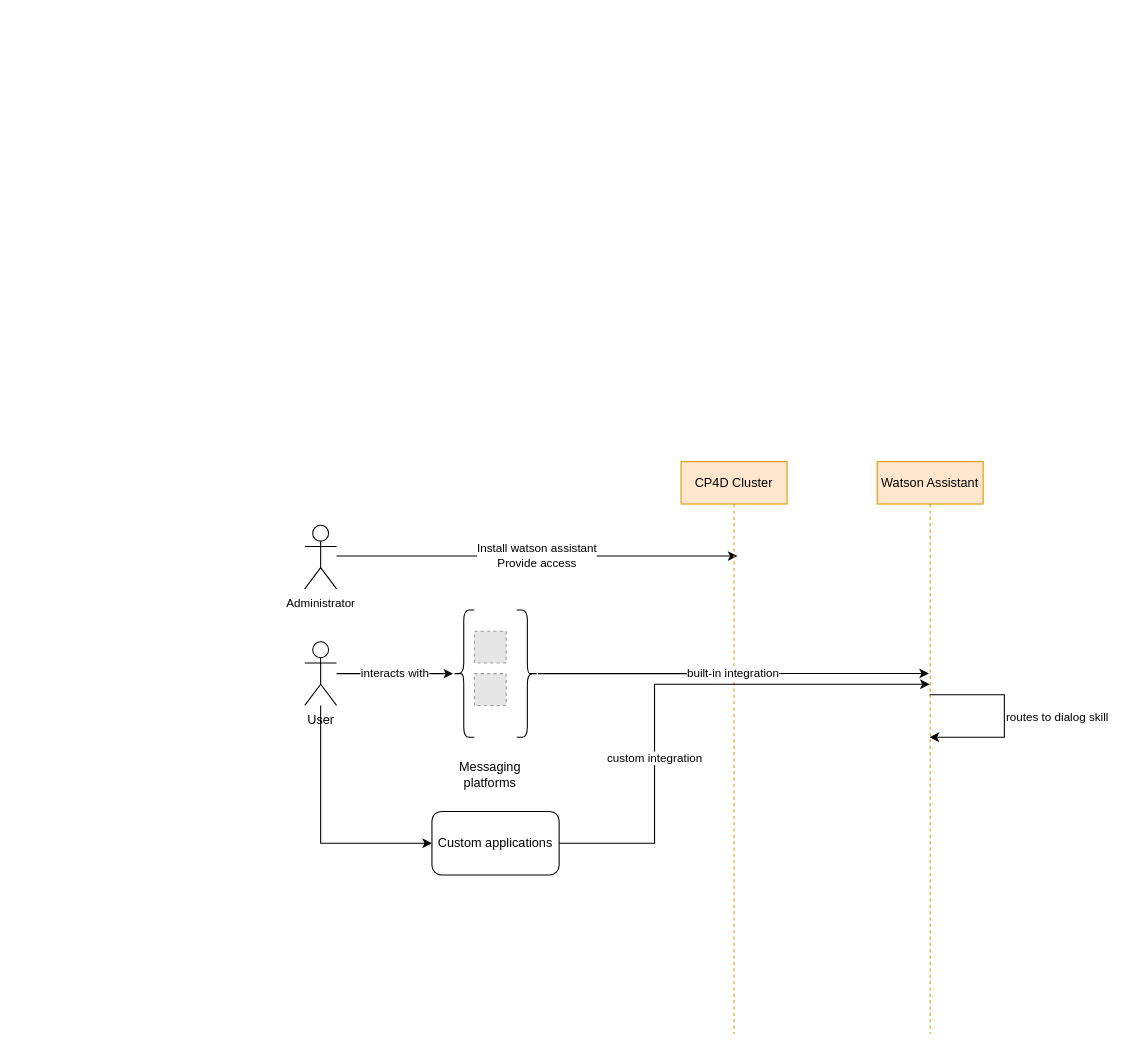
Earlier version of the draw.io diagram wasst.drawio (kanchantewary/CloudPakForData). Source tidied: cells renumbered, new cells numbered last; positions are measured from the earlier drawing's top-left corner, leaving out a move shared by most shapes. Both pictures are drawn from the tidied source at 106%, with x=0, y=0 at pixel (304, 461). Pictures stored in the file or linked from it are replaced by grey dashed boxes.
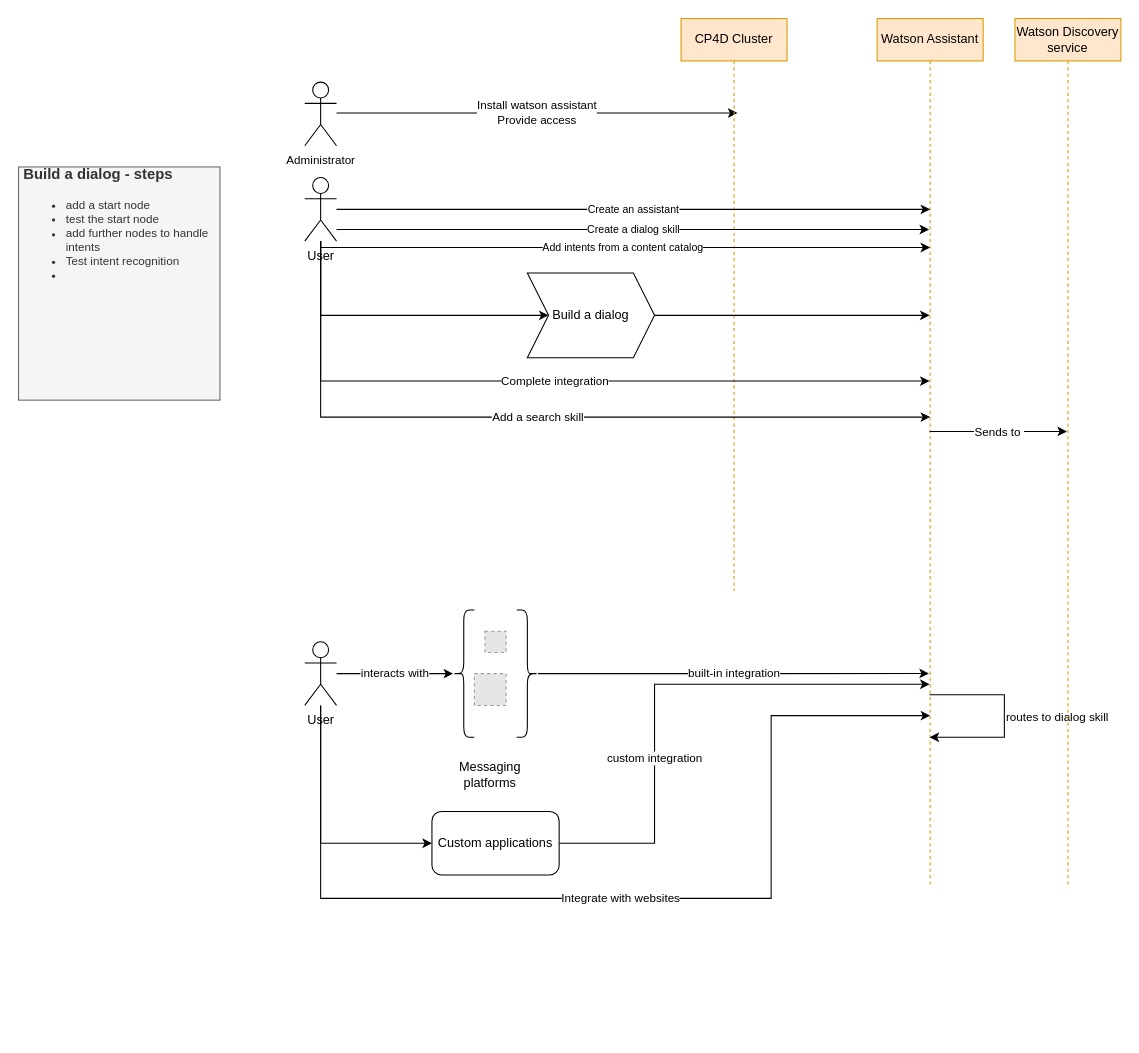
The same diagram, later.

Unchanged cells that the change refers to:
```xml
<mxCell id="8" value="User" style="shape=umlActor;verticalLabelPosition=bottom;verticalAlign=top;html=1;outlineConnect=0;" parent="1" vertex="1">
  <mxGeometry y="170" width="30" height="60" as="geometry" />
</mxCell>
<mxCell id="14" style="shape=curlyBracket;whiteSpace=wrap;html=1;rounded=1;direction=west;" parent="1" vertex="1">
  <mxGeometry x="200" y="140" width="20" height="120" as="geometry" />
</mxCell>
<mxCell id="16" value="Custom applications" style="rounded=1;whiteSpace=wrap;html=1;" parent="1" vertex="1">
  <mxGeometry x="120" y="330" width="120" height="60" as="geometry" />
</mxCell>
```

Change to the diagram source:
```diff
@@
     <mxCell id="2" value="Install watson assistant&lt;br&gt;Provide access" style="edgeStyle=orthogonalEdgeStyle;rounded=0;jettySize=auto;html=1;entryX=0.532;entryY=0.165;entryDx=0;entryDy=0;entryPerimeter=0;" parent="1" edge="1" source="3" target="4">
       <mxGeometry relative="1" as="geometry">
         <Array as="points">
-          <mxPoint x="212" y="90" />
+          <mxPoint x="212" y="-328" />
         </Array>
       </mxGeometry>
     </mxCell>
     <mxCell id="3" value="&lt;font style=&quot;font-size: 11px&quot;&gt;Administrator&lt;/font&gt;" style="shape=umlActor;verticalLabelPosition=bottom;verticalAlign=top;html=1;outlineConnect=0;" parent="1" vertex="1">
-      <mxGeometry y="60" width="30" height="60" as="geometry" />
+      <mxGeometry y="-358" width="30" height="60" as="geometry" />
     </mxCell>
     <mxCell id="4" value="CP4D Cluster" style="shape=umlLifeline;perimeter=lifelinePerimeter;whiteSpace=wrap;html=1;outlineConnect=0;fillColor=#ffe6cc;strokeColor=#d79b00;" parent="1" vertex="1">
-      <mxGeometry x="355" width="100" height="540" as="geometry" />
+      <mxGeometry x="355" y="-418" width="100" height="540" as="geometry" />
     </mxCell>
     <mxCell id="5" value="Watson Assistant" style="shape=umlLifeline;perimeter=lifelinePerimeter;whiteSpace=wrap;html=1;outlineConnect=0;fillColor=#ffe6cc;strokeColor=#d79b00;" parent="1" vertex="1">
-      <mxGeometry x="540" width="100" height="540" as="geometry" />
+      <mxGeometry x="540" y="-418" width="100" height="820" as="geometry" />
     </mxCell>
@@
+    <mxCell id="18" value="Integrate with websites" style="edgeStyle=orthogonalEdgeStyle;rounded=0;jettySize=auto;html=1;entryX=0.501;entryY=0.802;entryDx=0;entryDy=0;entryPerimeter=0;" parent="1" edge="1" source="8" target="5">
+      <mxGeometry relative="1" as="geometry">
+        <Array as="points">
+          <mxPoint x="15" y="412" />
+          <mxPoint x="440" y="412" />
+          <mxPoint x="440" y="240" />
+        </Array>
+      </mxGeometry>
+    </mxCell>
@@
     <mxCell id="9" style="fillColor=#E6E6E6;strokeColor=#999999;dashed=1;html=1;verticalAlign=top;verticalLabelPosition=bottom;labelBackgroundColor=#ffffff;" parent="1" vertex="1">
-      <mxGeometry x="160" y="160" width="30" height="30" as="geometry" />
+      <mxGeometry x="170" y="160" width="20" height="20" as="geometry" />
     </mxCell>
@@
-    <mxCell id="13" value="built-in integration" style="edgeStyle=orthogonalEdgeStyle;rounded=0;jettySize=auto;html=1;entryX=0.488;entryY=0.37;entryDx=0;entryDy=0;entryPerimeter=0;" parent="1" edge="1" source="14" target="5">
-      <mxGeometry relative="1" as="geometry" />
+    <mxCell id="13" value="built-in integration" style="edgeStyle=orthogonalEdgeStyle;rounded=0;jettySize=auto;html=1;entryX=0.488;entryY=0.37;entryDx=0;entryDy=0;entryPerimeter=0;" parent="1" edge="1" source="14">
+      <mxGeometry relative="1" as="geometry">
+        <mxPoint x="588.8" y="199.8" as="targetPoint" />
+      </mxGeometry>
     </mxCell>
@@
-    <mxCell id="15" value="custom integration" style="edgeStyle=orthogonalEdgeStyle;rounded=0;jettySize=auto;html=1;" parent="1" edge="1" source="16" target="5">
+    <mxCell id="15" value="custom integration" style="edgeStyle=orthogonalEdgeStyle;rounded=0;jettySize=auto;html=1;" parent="1" edge="1" source="16">
       <mxGeometry x="-0.32" relative="1" as="geometry">
+        <mxPoint x="589.5" y="210" as="targetPoint" />
         <Array as="points">
           <mxPoint x="330" y="360" />
           <mxPoint x="330" y="210" />
         </Array>
       </mxGeometry>
     </mxCell>
@@
-    <mxCell id="17" value="routes to dialog skill" style="edgeStyle=orthogonalEdgeStyle;rounded=0;orthogonalLoop=1;jettySize=auto;html=1;align=left;" parent="1" edge="1" source="5" target="5">
+    <mxCell id="17" value="routes to dialog skill" style="edgeStyle=orthogonalEdgeStyle;rounded=0;orthogonalLoop=1;jettySize=auto;html=1;align=left;" parent="1" edge="1">
       <mxGeometry relative="1" as="geometry">
+        <mxPoint x="589.5" y="220" as="sourcePoint" />
+        <mxPoint x="589.5" y="260" as="targetPoint" />
         <Array as="points">
           <mxPoint x="660" y="220" />
           <mxPoint x="630" y="260" />
         </Array>
       </mxGeometry>
     </mxCell>
+    <mxCell id="19" value="&lt;font style=&quot;font-size: 10px&quot;&gt;Create an assistant&lt;/font&gt;" style="edgeStyle=orthogonalEdgeStyle;rounded=0;jettySize=auto;html=1;" parent="1" edge="1" source="25">
+      <mxGeometry relative="1" as="geometry">
+        <mxPoint x="590" y="-238" as="targetPoint" />
+        <Array as="points">
+          <mxPoint x="590" y="-238" />
+        </Array>
+      </mxGeometry>
+    </mxCell>
+    <mxCell id="20" value="&lt;font style=&quot;font-size: 10px&quot;&gt;Create a dialog skill&lt;/font&gt;" style="edgeStyle=orthogonalEdgeStyle;rounded=0;jettySize=auto;html=1;" parent="1" edge="1" source="25">
+      <mxGeometry relative="1" as="geometry">
+        <mxPoint x="589" y="-219" as="targetPoint" />
+        <Array as="points">
+          <mxPoint x="160" y="-219" />
+          <mxPoint x="160" y="-219" />
+        </Array>
+      </mxGeometry>
+    </mxCell>
+    <mxCell id="21" value="&lt;font style=&quot;font-size: 10px&quot;&gt;Add intents from a content catalog&lt;/font&gt;" style="edgeStyle=orthogonalEdgeStyle;rounded=0;jettySize=auto;html=1;" parent="1" edge="1" source="25">
+      <mxGeometry relative="1" as="geometry">
+        <mxPoint x="590" y="-202" as="targetPoint" />
+        <Array as="points">
+          <mxPoint x="15" y="-202" />
+        </Array>
+      </mxGeometry>
+    </mxCell>
+    <mxCell id="22" style="edgeStyle=orthogonalEdgeStyle;rounded=0;jettySize=auto;html=1;entryX=0;entryY=0.5;entryDx=0;entryDy=0;" parent="1" edge="1" source="25" target="27">
+      <mxGeometry relative="1" as="geometry">
+        <Array as="points">
+          <mxPoint x="15" y="-138" />
+        </Array>
+      </mxGeometry>
+    </mxCell>
+    <mxCell id="23" value="Complete integration" style="edgeStyle=orthogonalEdgeStyle;rounded=0;jettySize=auto;html=1;" parent="1" edge="1" source="25" target="5">
+      <mxGeometry relative="1" as="geometry">
+        <Array as="points">
+          <mxPoint x="15" y="-76" />
+        </Array>
+      </mxGeometry>
+    </mxCell>
+    <mxCell id="24" value="Add a search skill" style="edgeStyle=orthogonalEdgeStyle;rounded=0;jettySize=auto;html=1;" parent="1" edge="1" source="25">
+      <mxGeometry relative="1" as="geometry">
+        <mxPoint x="590" y="-42" as="targetPoint" />
+        <Array as="points">
+          <mxPoint x="15" y="-42" />
+        </Array>
+      </mxGeometry>
+    </mxCell>
+    <mxCell id="25" value="User" style="shape=umlActor;verticalLabelPosition=bottom;verticalAlign=top;html=1;outlineConnect=0;" parent="1" vertex="1">
+      <mxGeometry y="-268" width="30" height="60" as="geometry" />
+    </mxCell>
+    <mxCell id="26" style="edgeStyle=orthogonalEdgeStyle;rounded=0;jettySize=auto;html=1;" parent="1" edge="1" source="27" target="5">
+      <mxGeometry relative="1" as="geometry">
+        <Array as="points">
+          <mxPoint x="540" y="-138" />
+          <mxPoint x="540" y="-138" />
+        </Array>
+      </mxGeometry>
+    </mxCell>
+    <mxCell id="27" value="Build a dialog&lt;br&gt;" style="shape=step;perimeter=stepPerimeter;whiteSpace=wrap;html=1;fixedSize=1;" parent="1" vertex="1">
+      <mxGeometry x="210" y="-178" width="120" height="80" as="geometry" />
+    </mxCell>
+    <mxCell id="28" value="&lt;h1 style=&quot;font-size: 14px&quot;&gt;&lt;font style=&quot;font-size: 14px&quot;&gt;Build a dialog - steps&lt;/font&gt;&lt;/h1&gt;&lt;p style=&quot;font-size: 14px&quot;&gt;&lt;/p&gt;&lt;ul style=&quot;font-size: 11px&quot;&gt;&lt;li&gt;&lt;font style=&quot;font-size: 11px&quot;&gt;add a start node&lt;/font&gt;&lt;/li&gt;&lt;li&gt;&lt;font style=&quot;font-size: 11px&quot;&gt;test the start node&lt;/font&gt;&lt;/li&gt;&lt;li&gt;&lt;font style=&quot;font-size: 11px&quot;&gt;add further nodes to handle intents&lt;/font&gt;&lt;/li&gt;&lt;li&gt;Test intent recognition&lt;/li&gt;&lt;li&gt;&lt;br&gt;&lt;/li&gt;&lt;/ul&gt;&lt;p style=&quot;font-size: 14px&quot;&gt;&lt;/p&gt;&lt;p style=&quot;font-size: 14px&quot;&gt;&lt;br&gt;&lt;/p&gt;" style="text;html=1;strokeColor=#666666;fillColor=#f5f5f5;spacing=5;spacingTop=-20;whiteSpace=wrap;overflow=hidden;rounded=0;fontColor=#333333;" parent="1" vertex="1">
+      <mxGeometry x="-270" y="-278" width="190" height="220" as="geometry" />
+    </mxCell>
+    <mxCell id="29" value="Sends to&amp;nbsp;" style="edgeStyle=orthogonalEdgeStyle;rounded=0;jettySize=auto;html=1;entryX=0.491;entryY=0.475;entryDx=0;entryDy=0;entryPerimeter=0;" parent="1" edge="1" source="5" target="30">
+      <mxGeometry relative="1" as="geometry">
+        <Array as="points">
+          <mxPoint x="660" y="-28" />
+        </Array>
+      </mxGeometry>
+    </mxCell>
+    <mxCell id="30" value="Watson Discovery service" style="shape=umlLifeline;perimeter=lifelinePerimeter;whiteSpace=wrap;html=1;outlineConnect=0;fillColor=#ffe6cc;strokeColor=#d79b00;" parent="1" vertex="1">
+      <mxGeometry x="670" y="-418" width="100" height="820" as="geometry" />
+    </mxCell>
```
